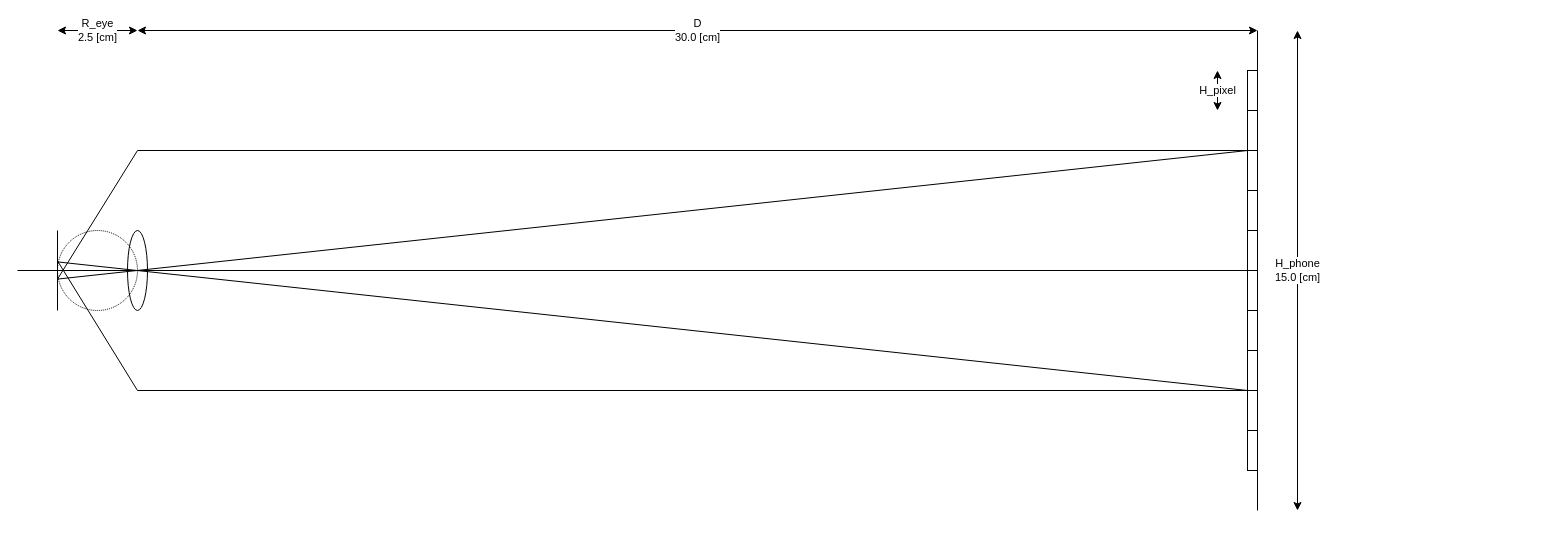
Before: page "Page-1" (1 of 2) of opt.drawio in ctsutake/opt, a draw.io diagram. Source tidied: cells renumbered, new cells numbered last; positions are measured from the earlier drawing's top-left corner, leaving out a move shared by most shapes. Both pictures are drawn from the tidied source at 100%, with x=0, y=0 at pixel (17, 30).
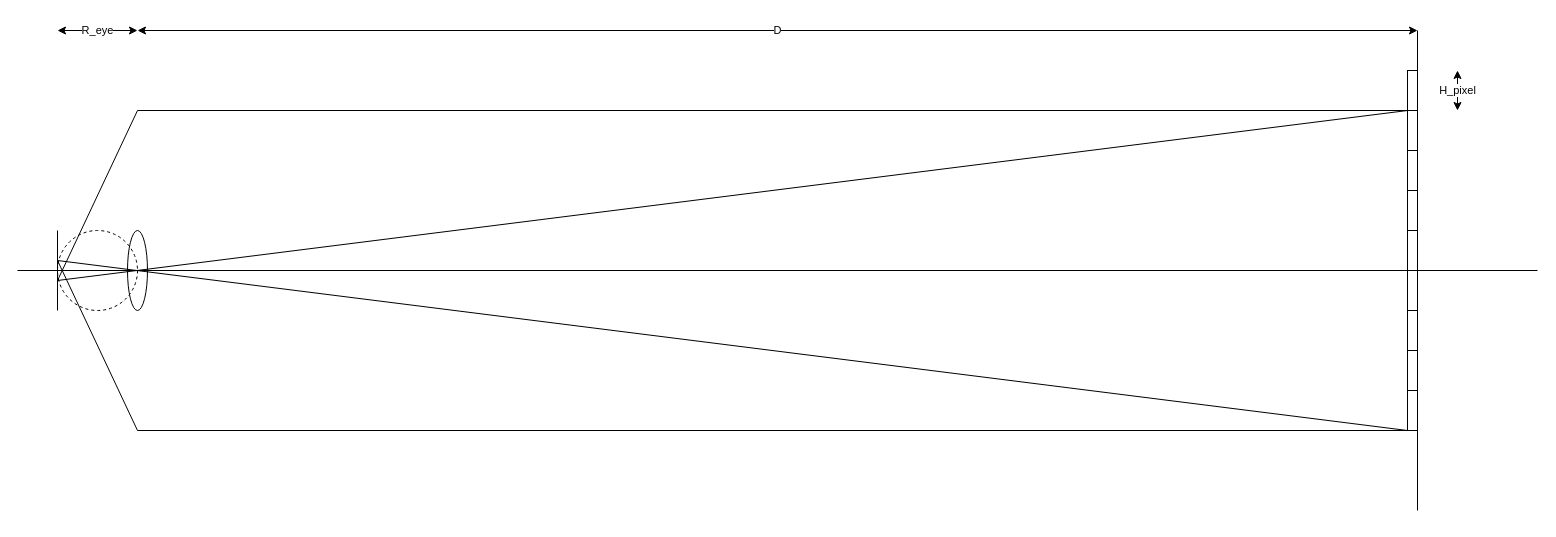
Above is the later version.

Diff of the diagram source:
```diff
@@
-    <mxCell id="3" style="ellipse;whiteSpace=wrap;html=1;strokeWidth=1;fillColor=none;dashed=1;dashPattern=1 1;" parent="1" vertex="1">
-      <mxGeometry x="40" y="200" width="80" height="80" as="geometry" />
-    </mxCell>
@@
     <mxCell id="5" style="endArrow=none;html=1;strokeColor=#000000;strokeWidth=1;" parent="1" edge="1">
       <mxGeometry relative="1" as="geometry">
-        <mxPoint x="1240" y="480" as="sourcePoint" />
-        <mxPoint x="1240" as="targetPoint" />
+        <mxPoint x="1400" y="480" as="sourcePoint" />
+        <mxPoint x="1400" as="targetPoint" />
       </mxGeometry>
     </mxCell>
-    <mxCell id="6" value="D&lt;br&gt;30.0 [cm]" style="endArrow=classic;startArrow=classic;html=1;strokeColor=#000000;strokeWidth=1;" parent="1" edge="1">
+    <mxCell id="6" value="D" style="endArrow=classic;startArrow=classic;html=1;strokeColor=#000000;strokeWidth=1;" parent="1" edge="1">
       <mxGeometry relative="1" as="geometry">
         <mxPoint x="120" as="sourcePoint" />
-        <mxPoint x="1240" as="targetPoint" />
+        <mxPoint x="1400" as="targetPoint" />
       </mxGeometry>
     </mxCell>
-    <mxCell id="7" value="R_eye&lt;br&gt;2.5 [cm]" style="endArrow=classic;startArrow=classic;html=1;strokeColor=#000000;strokeWidth=1;" parent="1" edge="1">
+    <mxCell id="7" value="R_eye" style="endArrow=classic;startArrow=classic;html=1;strokeColor=#000000;strokeWidth=1;" parent="1" edge="1">
       <mxGeometry relative="1" as="geometry">
         <mxPoint x="40" as="sourcePoint" />
         <mxPoint x="120" as="targetPoint" />
       </mxGeometry>
     </mxCell>
-    <mxCell id="8" value="H_phone&lt;br&gt;15.0 [cm]" style="endArrow=classic;startArrow=classic;html=1;strokeColor=#000000;strokeWidth=1;" parent="1" edge="1">
-      <mxGeometry relative="1" as="geometry">
-        <mxPoint x="1280" y="480" as="sourcePoint" />
-        <mxPoint x="1280" as="targetPoint" />
-      </mxGeometry>
-    </mxCell>
     <mxCell id="9" style="endArrow=none;html=1;strokeWidth=1;" parent="1" edge="1">
       <mxGeometry relative="1" as="geometry">
         <mxPoint y="240" as="sourcePoint" />
-        <mxPoint x="1230" y="240" as="targetPoint" />
+        <mxPoint x="1520" y="240" as="targetPoint" />
       </mxGeometry>
     </mxCell>
     <mxCell id="10" style="rounded=0;whiteSpace=wrap;html=1;strokeWidth=1;fillColor=none;" parent="1" vertex="1">
-      <mxGeometry x="1230" y="200" width="10" height="40" as="geometry" />
+      <mxGeometry x="1390" y="200" width="10" height="40" as="geometry" />
     </mxCell>
-    <mxCell id="11" style="rounded=0;whiteSpace=wrap;html=1;strokeWidth=1;fillColor=none;" parent="1" vertex="1">
-      <mxGeometry x="1230" y="160" width="10" height="40" as="geometry" />
-    </mxCell>
     <mxCell id="12" value="H_pixel" style="endArrow=classic;startArrow=classic;html=1;strokeColor=#000000;strokeWidth=1;" parent="1" edge="1">
       <mxGeometry relative="1" as="geometry">
-        <mxPoint x="1200" y="80" as="sourcePoint" />
-        <mxPoint x="1200" y="40" as="targetPoint" />
+        <mxPoint x="1440" y="80" as="sourcePoint" />
+        <mxPoint x="1440" y="40" as="targetPoint" />
       </mxGeometry>
     </mxCell>
-    <mxCell id="13" style="endArrow=none;html=1;strokeColor=#000000;strokeWidth=1;entryX=0;entryY=0;entryDx=0;entryDy=0;" parent="1" edge="1">
-      <mxGeometry relative="1" as="geometry">
-        <mxPoint x="120" y="120" as="sourcePoint" />
-        <mxPoint x="1230" y="120" as="targetPoint" />
-      </mxGeometry>
-    </mxCell>
-    <mxCell id="14" style="endArrow=none;html=1;strokeColor=#000000;strokeWidth=1;entryX=0;entryY=0;entryDx=0;entryDy=0;" parent="1" edge="1">
-      <mxGeometry relative="1" as="geometry">
-        <mxPoint x="120" y="360" as="sourcePoint" />
-        <mxPoint x="1230" y="360" as="targetPoint" />
-      </mxGeometry>
-    </mxCell>
     <mxCell id="15" style="rounded=0;whiteSpace=wrap;html=1;strokeWidth=1;fillColor=none;" parent="1" vertex="1">
-      <mxGeometry x="1230" y="120" width="10" height="40" as="geometry" />
+      <mxGeometry x="1390" y="160" width="10" height="40" as="geometry" />
     </mxCell>
     <mxCell id="16" style="rounded=0;whiteSpace=wrap;html=1;strokeWidth=1;fillColor=none;" parent="1" vertex="1">
-      <mxGeometry x="1230" y="80" width="10" height="40" as="geometry" />
+      <mxGeometry x="1390" y="120" width="10" height="40" as="geometry" />
     </mxCell>
     <mxCell id="17" style="rounded=0;whiteSpace=wrap;html=1;strokeWidth=1;fillColor=none;" parent="1" vertex="1">
-      <mxGeometry x="1230" y="40" width="10" height="40" as="geometry" />
+      <mxGeometry x="1390" y="80" width="10" height="40" as="geometry" />
     </mxCell>
     <mxCell id="18" style="rounded=0;whiteSpace=wrap;html=1;strokeWidth=1;fillColor=none;" parent="1" vertex="1">
-      <mxGeometry x="1230" y="240" width="10" height="40" as="geometry" />
+      <mxGeometry x="1390" y="240" width="10" height="40" as="geometry" />
     </mxCell>
-    <mxCell id="19" style="rounded=0;whiteSpace=wrap;html=1;strokeWidth=1;fillColor=none;" parent="1" vertex="1">
-      <mxGeometry x="1230" y="280" width="10" height="40" as="geometry" />
-    </mxCell>
-    <mxCell id="20" style="rounded=0;whiteSpace=wrap;html=1;strokeWidth=1;fillColor=none;" parent="1" vertex="1">
-      <mxGeometry x="1230" y="320" width="10" height="40" as="geometry" />
-    </mxCell>
-    <mxCell id="21" style="rounded=0;whiteSpace=wrap;html=1;strokeWidth=1;fillColor=none;" parent="1" vertex="1">
-      <mxGeometry x="1230" y="360" width="10" height="40" as="geometry" />
-    </mxCell>
-    <mxCell id="22" style="rounded=0;whiteSpace=wrap;html=1;strokeWidth=1;fillColor=none;" parent="1" vertex="1">
-      <mxGeometry x="1230" y="400" width="10" height="40" as="geometry" />
-    </mxCell>
-    <mxCell id="23" style="endArrow=none;html=1;strokeColor=#000000;strokeWidth=1;entryX=0;entryY=1;entryDx=0;entryDy=0;endSize=6;exitX=0;exitY=1;exitDx=0;exitDy=0;" parent="1" edge="1" target="16">
-      <mxGeometry relative="1" as="geometry">
-        <mxPoint x="40" y="248.6" as="sourcePoint" />
-      </mxGeometry>
-    </mxCell>
-    <mxCell id="24" style="endArrow=none;html=1;strokeColor=#000000;strokeWidth=1;entryX=0;entryY=0;entryDx=0;entryDy=0;endSize=6;" parent="1" edge="1">
-      <mxGeometry relative="1" as="geometry">
-        <mxPoint x="40" y="231.4" as="sourcePoint" />
-        <mxPoint x="1230" y="360" as="targetPoint" />
-      </mxGeometry>
-    </mxCell>
-    <mxCell id="25" style="endArrow=none;html=1;strokeColor=#000000;strokeWidth=1;" parent="1" edge="1">
-      <mxGeometry relative="1" as="geometry">
-        <mxPoint x="40" y="248.6" as="sourcePoint" />
-        <mxPoint x="120" y="120" as="targetPoint" />
-      </mxGeometry>
-    </mxCell>
-    <mxCell id="26" style="endArrow=none;html=1;strokeColor=#000000;strokeWidth=1;" parent="1" edge="1">
-      <mxGeometry relative="1" as="geometry">
-        <mxPoint x="120" y="360" as="sourcePoint" />
-        <mxPoint x="40" y="230.4" as="targetPoint" />
-      </mxGeometry>
-    </mxCell>
+    <mxCell id="27" style="ellipse;whiteSpace=wrap;html=1;strokeWidth=1;fillColor=none;dashed=1;" parent="1" vertex="1">
+      <mxGeometry x="40" y="200" width="80" height="80" as="geometry" />
+    </mxCell>
+    <mxCell id="28" style="endArrow=none;html=1;strokeColor=#000000;strokeWidth=1;exitX=0;exitY=0.625;exitDx=0;exitDy=0;exitPerimeter=0;entryX=0;entryY=0;entryDx=0;entryDy=0;" parent="1" edge="1" source="27" target="17">
+      <mxGeometry relative="1" as="geometry" />
+    </mxCell>
+    <mxCell id="29" style="rounded=0;whiteSpace=wrap;html=1;strokeWidth=1;fillColor=none;" parent="1" vertex="1">
+      <mxGeometry x="1390" y="280" width="10" height="40" as="geometry" />
+    </mxCell>
+    <mxCell id="30" style="rounded=0;whiteSpace=wrap;html=1;strokeWidth=1;fillColor=none;" parent="1" vertex="1">
+      <mxGeometry x="1390" y="320" width="10" height="40" as="geometry" />
+    </mxCell>
+    <mxCell id="31" style="rounded=0;whiteSpace=wrap;html=1;strokeWidth=1;fillColor=none;" parent="1" vertex="1">
+      <mxGeometry x="1390" y="360" width="10" height="40" as="geometry" />
+    </mxCell>
+    <mxCell id="32" style="endArrow=none;html=1;strokeColor=#000000;strokeWidth=1;entryX=0;entryY=1;entryDx=0;entryDy=0;" parent="1" edge="1" target="31">
+      <mxGeometry relative="1" as="geometry">
+        <mxPoint x="40" y="230" as="sourcePoint" />
+      </mxGeometry>
+    </mxCell>
+    <mxCell id="33" style="rounded=0;whiteSpace=wrap;html=1;strokeWidth=1;fillColor=none;" parent="1" vertex="1">
+      <mxGeometry x="1390" y="40" width="10" height="40" as="geometry" />
+    </mxCell>
+    <mxCell id="34" style="endArrow=none;html=1;strokeColor=#000000;strokeWidth=1;entryX=0;entryY=1;entryDx=0;entryDy=0;" parent="1" edge="1" target="33">
+      <mxGeometry relative="1" as="geometry">
+        <mxPoint x="120" y="80" as="sourcePoint" />
+      </mxGeometry>
+    </mxCell>
+    <mxCell id="35" style="endArrow=none;html=1;strokeColor=#000000;strokeWidth=1;" parent="1" edge="1">
+      <mxGeometry relative="1" as="geometry">
+        <mxPoint x="40" y="250" as="sourcePoint" />
+        <mxPoint x="120" y="80" as="targetPoint" />
+      </mxGeometry>
+    </mxCell>
+    <mxCell id="36" style="endArrow=none;html=1;strokeColor=#000000;strokeWidth=1;" parent="1" edge="1">
+      <mxGeometry relative="1" as="geometry">
+        <mxPoint x="40" y="230" as="sourcePoint" />
+        <mxPoint x="120" y="400" as="targetPoint" />
+      </mxGeometry>
+    </mxCell>
+    <mxCell id="37" style="endArrow=none;html=1;strokeColor=#000000;strokeWidth=1;entryX=0;entryY=1;entryDx=0;entryDy=0;" parent="1" edge="1" target="31">
+      <mxGeometry relative="1" as="geometry">
+        <mxPoint x="120" y="400" as="sourcePoint" />
+      </mxGeometry>
+    </mxCell>
```
